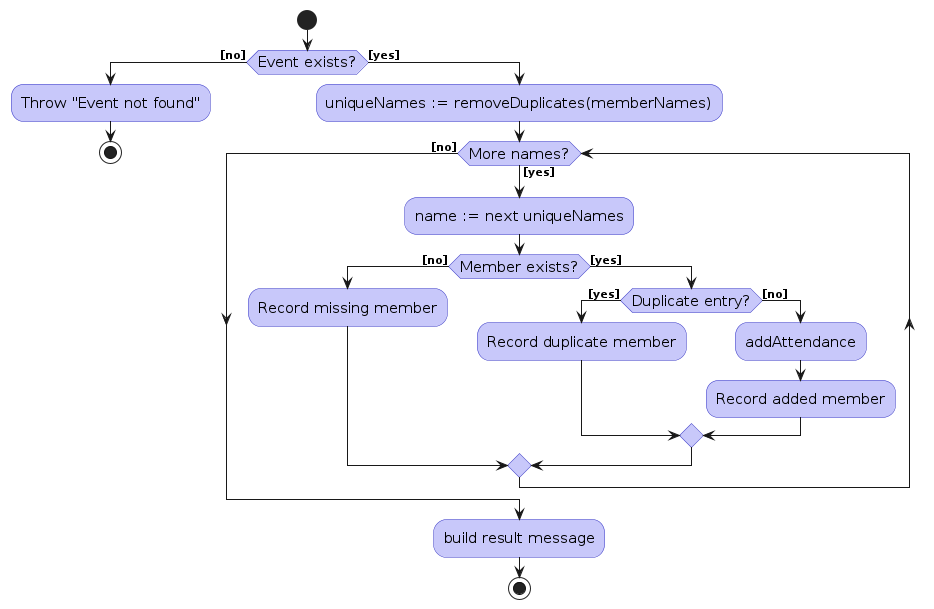
The PlantUML diagram diagrams/AttendanceActivity.png in AY2526S1-CS2103T-T10-3/tp, before a commit. Its source is kept beside it as diagrams/AttendanceActivity.puml.
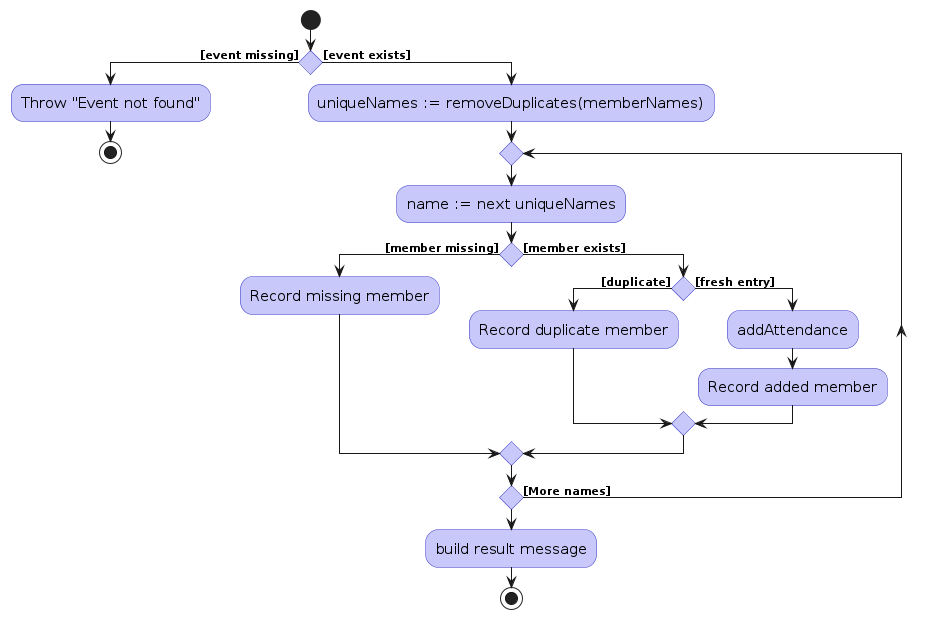
After the commit.

The edit, as a diff of the source:
```diff
@@ -5,25 +5,25 @@
 skinparam ActivityFontSize 15
 
 start
-if (Event exists?) then ([no])
+if () then ([event missing])
   :Throw "Event not found";
   stop
-else ([yes])
+else ([event exists])
   :uniqueNames := removeDuplicates(memberNames);
-  while (More names?) is ([yes])
+  repeat
     :name := next uniqueNames;
-    if (Member exists?) then ([no])
+    if () then ([member missing])
       :Record missing member;
-    else ([yes])
-      if (Duplicate entry?) then ([yes])
+    else ([member exists])
+      if () then ([duplicate])
         :Record duplicate member;
-      else ([no])
+      else ([fresh entry])
         :addAttendance;
         :Record added member;
       endif
     endif
-  endwhile ([no])
-  :build result message;
-  stop
+repeat while () is ([More names])
+:build result message;
+stop
 endif
 @enduml
```
